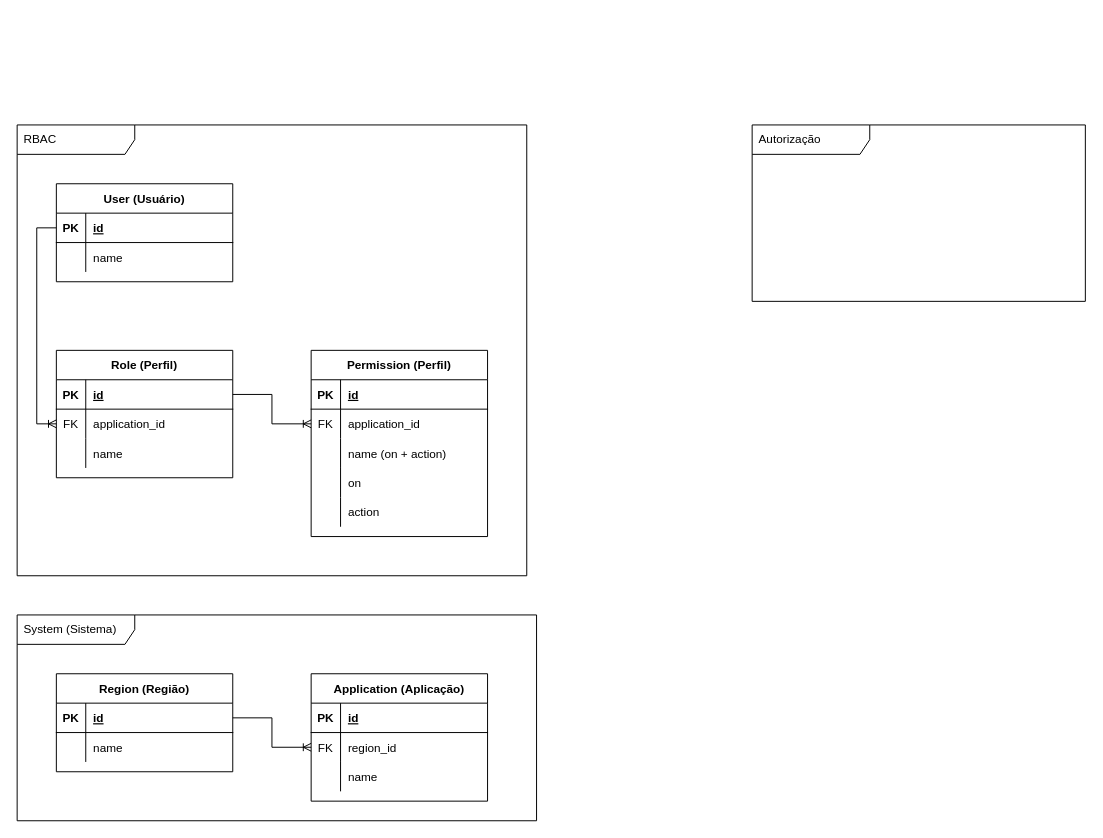
This is docs/diagramas/database.drawio from thalamusfiles/iam, a draw.io file, before an edit. Source tidied: cells renumbered, new cells numbered last; positions are measured from the earlier drawing's top-left corner, leaving out a move shared by most shapes. Both pictures are drawn from the tidied source at 98%, with x=0, y=0 at pixel (17, 124).
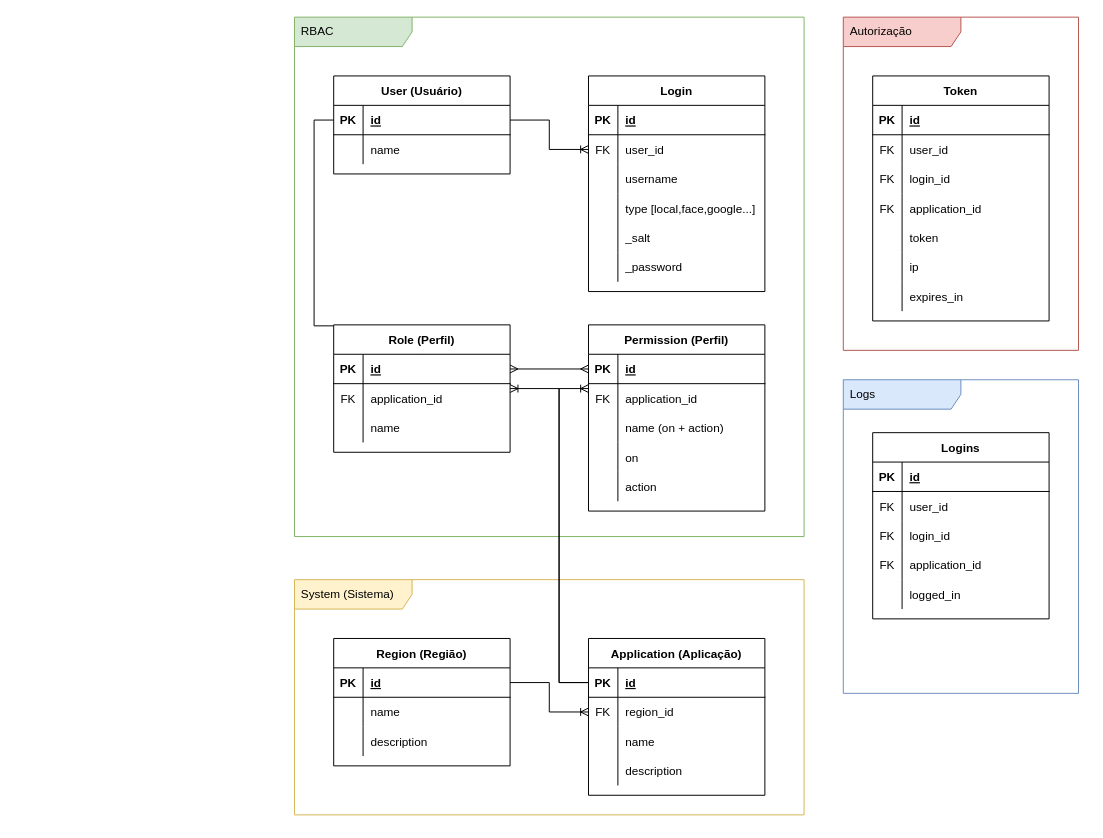
After the change.

Commit message (it also covers changes not shown here):
diagrama do banco

The change refers to these unchanged cells:
```xml
<mxCell id="6" style="shape=tableRow;horizontal=0;startSize=0;swimlaneHead=0;swimlaneBody=0;fillColor=none;points=[[0,0.5],[1,0.5]];portConstraint=eastwest;top=0;left=0;right=0;bottom=1;" parent="5" vertex="1">
  <mxGeometry y="30" width="180" height="30" as="geometry" />
</mxCell>
<mxCell id="13" style="shape=tableRow;horizontal=0;startSize=0;swimlaneHead=0;swimlaneBody=0;fillColor=none;points=[[0,0.5],[1,0.5]];portConstraint=eastwest;top=0;left=0;right=0;bottom=1;" parent="12" vertex="1">
  <mxGeometry y="30" width="180" height="30" as="geometry" />
</mxCell>
<mxCell id="16" style="shape=tableRow;horizontal=0;startSize=0;swimlaneHead=0;swimlaneBody=0;fillColor=none;points=[[0,0.5],[1,0.5]];portConstraint=eastwest;top=0;left=0;right=0;bottom=0;" parent="12" vertex="1">
  <mxGeometry y="60" width="180" height="30" as="geometry" />
</mxCell>
<mxCell id="24" style="shape=tableRow;horizontal=0;startSize=0;swimlaneHead=0;swimlaneBody=0;fillColor=none;points=[[0,0.5],[1,0.5]];portConstraint=eastwest;top=0;left=0;right=0;bottom=1;" parent="23" vertex="1">
  <mxGeometry y="30" width="180" height="30" as="geometry" />
</mxCell>
<mxCell id="27" style="shape=tableRow;horizontal=0;startSize=0;swimlaneHead=0;swimlaneBody=0;fillColor=none;points=[[0,0.5],[1,0.5]];portConstraint=eastwest;top=0;left=0;right=0;bottom=0;" parent="23" vertex="1">
  <mxGeometry y="60" width="180" height="30" as="geometry" />
</mxCell>
<mxCell id="48" style="shape=tableRow;horizontal=0;startSize=0;swimlaneHead=0;swimlaneBody=0;fillColor=none;points=[[0,0.5],[1,0.5]];portConstraint=eastwest;top=0;left=0;right=0;bottom=1;" parent="47" vertex="1">
  <mxGeometry y="30" width="180" height="30" as="geometry" />
</mxCell>
```

The edit, as a diff of the source:
```diff
@@
-    <mxCell id="2" value="RBAC" style="shape=umlFrame;whiteSpace=wrap;html=1;width=120;height=30;boundedLbl=1;verticalAlign=middle;align=left;spacingLeft=5;" parent="1" vertex="1">
-      <mxGeometry width="520" height="460" as="geometry" />
+    <mxCell id="2" value="RBAC" style="shape=umlFrame;whiteSpace=wrap;html=1;width=120;height=30;boundedLbl=1;verticalAlign=middle;align=left;spacingLeft=5;fillColor=#d5e8d4;strokeColor=#82b366;swimlaneFillColor=default;" parent="1" vertex="1">
+      <mxGeometry x="283" y="-110" width="520" height="530" as="geometry" />
     </mxCell>
-    <mxCell id="3" value="Autorização" style="shape=umlFrame;whiteSpace=wrap;html=1;width=120;height=30;boundedLbl=1;verticalAlign=middle;align=left;spacingLeft=5;" parent="1" vertex="1">
-      <mxGeometry x="750" width="340" height="180" as="geometry" />
+    <mxCell id="3" value="Autorização" style="shape=umlFrame;whiteSpace=wrap;html=1;width=120;height=30;boundedLbl=1;verticalAlign=middle;align=left;spacingLeft=5;fillColor=#f8cecc;strokeColor=#b85450;swimlaneFillColor=default;" parent="1" vertex="1">
+      <mxGeometry x="843" y="-110" width="240" height="340" as="geometry" />
     </mxCell>
-    <mxCell id="4" style="edgeStyle=orthogonalEdgeStyle;rounded=0;jettySize=auto;html=1;endArrow=ERoneToMany;endFill=0;" parent="1" edge="1" source="6" target="16">
+    <mxCell id="4" style="edgeStyle=orthogonalEdgeStyle;rounded=0;jettySize=auto;html=1;endArrow=ERoneToMany;endFill=0;" parent="1" edge="1" source="6" target="13">
       <mxGeometry relative="1" as="geometry">
         <Array as="points">
-          <mxPoint x="20" y="105" />
-          <mxPoint x="20" y="305" />
+          <mxPoint x="303" y="-5" />
+          <mxPoint x="303" y="205" />
         </Array>
       </mxGeometry>
     </mxCell>
     <mxCell id="5" value="User (Usuário)" style="shape=table;startSize=30;childLayout=tableLayout;rowLines=0;fontStyle=1;align=center;" parent="1" vertex="1">
-      <mxGeometry x="40" y="60" width="180" height="100" as="geometry" />
+      <mxGeometry x="323" y="-50" width="180" height="100" as="geometry" />
     </mxCell>
@@
     <mxCell id="12" value="Role (Perfil)" style="shape=table;startSize=30;childLayout=tableLayout;rowLines=0;fontStyle=1;align=center;" parent="1" vertex="1">
-      <mxGeometry x="40" y="230" width="180" height="130" as="geometry" />
+      <mxGeometry x="323" y="204" width="180" height="130" as="geometry" />
     </mxCell>
@@
-    <mxCell id="22" value="System (Sistema)" style="shape=umlFrame;whiteSpace=wrap;html=1;width=120;height=30;boundedLbl=1;verticalAlign=middle;align=left;spacingLeft=5;" parent="1" vertex="1">
-      <mxGeometry y="500" width="530" height="210" as="geometry" />
+    <mxCell id="22" value="System (Sistema)" style="shape=umlFrame;whiteSpace=wrap;html=1;width=120;height=30;boundedLbl=1;verticalAlign=middle;align=left;spacingLeft=5;fillColor=#fff2cc;strokeColor=#d6b656;swimlaneFillColor=default;" parent="1" vertex="1">
+      <mxGeometry x="283" y="464" width="520" height="240" as="geometry" />
     </mxCell>
     <mxCell id="23" value="Permission (Perfil)" style="shape=table;startSize=30;childLayout=tableLayout;rowLines=0;fontStyle=1;align=center;" parent="1" vertex="1">
-      <mxGeometry x="300" y="230" width="180" height="190" as="geometry" />
+      <mxGeometry x="583" y="204" width="180" height="190" as="geometry" />
     </mxCell>
@@
-    <mxCell id="39" style="edgeStyle=orthogonalEdgeStyle;rounded=0;jettySize=auto;html=1;endArrow=ERoneToMany;endFill=0;" parent="1" edge="1" source="13" target="27">
+    <mxCell id="39" style="edgeStyle=orthogonalEdgeStyle;rounded=0;jettySize=auto;html=1;endArrow=ERmany;endFill=0;startArrow=ERmany;startFill=0;" parent="1" edge="1" source="13" target="24">
       <mxGeometry relative="1" as="geometry" />
     </mxCell>
     <mxCell id="40" value="Region (Região)" style="shape=table;startSize=30;childLayout=tableLayout;rowLines=0;fontStyle=1;align=center;" parent="1" vertex="1">
-      <mxGeometry x="40" y="560" width="180" height="100" as="geometry" />
+      <mxGeometry x="323" y="524" width="180" height="130" as="geometry" />
     </mxCell>
@@
+    <mxCell id="58" style="shape=tableRow;horizontal=0;startSize=0;swimlaneHead=0;swimlaneBody=0;fillColor=none;top=0;left=0;right=0;bottom=0;" parent="40" vertex="1">
+      <mxGeometry y="90" width="180" height="30" as="geometry" />
+    </mxCell>
+    <mxCell id="59" style="shape=partialRectangle;fillColor=none;top=0;left=0;bottom=0;right=0;overflow=hidden;" parent="58" vertex="1">
+      <mxGeometry width="30" height="30" as="geometry" />
+    </mxCell>
+    <mxCell id="60" value="description" style="shape=partialRectangle;fillColor=none;top=0;left=0;bottom=0;right=0;align=left;spacingLeft=6;overflow=hidden;" parent="58" vertex="1">
+      <mxGeometry x="30" width="150" height="30" as="geometry" />
+    </mxCell>
     <mxCell id="47" value="Application (Aplicação)" style="shape=table;startSize=30;childLayout=tableLayout;rowLines=0;fontStyle=1;align=center;" parent="1" vertex="1">
-      <mxGeometry x="300" y="560" width="180" height="130" as="geometry" />
+      <mxGeometry x="583" y="524" width="180" height="160" as="geometry" />
     </mxCell>
@@
+    <mxCell id="61" style="shape=tableRow;horizontal=0;startSize=0;swimlaneHead=0;swimlaneBody=0;fillColor=none;top=0;left=0;right=0;bottom=0;" parent="47" vertex="1">
+      <mxGeometry y="120" width="180" height="30" as="geometry" />
+    </mxCell>
+    <mxCell id="62" style="shape=partialRectangle;fillColor=none;top=0;left=0;bottom=0;right=0;overflow=hidden;" parent="61" vertex="1">
+      <mxGeometry width="30" height="30" as="geometry" />
+    </mxCell>
+    <mxCell id="63" value="description" style="shape=partialRectangle;fillColor=none;top=0;left=0;bottom=0;right=0;align=left;spacingLeft=6;overflow=hidden;" parent="61" vertex="1">
+      <mxGeometry x="30" width="150" height="30" as="geometry" />
+    </mxCell>
@@
+    <mxCell id="64" style="edgeStyle=orthogonalEdgeStyle;rounded=0;jettySize=auto;html=1;endArrow=ERoneToMany;endFill=0;" parent="1" edge="1" source="48" target="27">
+      <mxGeometry relative="1" as="geometry">
+        <Array as="points">
+          <mxPoint x="553" y="569" />
+          <mxPoint x="553" y="269" />
+        </Array>
+      </mxGeometry>
+    </mxCell>
+    <mxCell id="65" style="edgeStyle=orthogonalEdgeStyle;rounded=0;jettySize=auto;html=1;endArrow=ERoneToMany;endFill=0;" parent="1" edge="1" source="48" target="16">
+      <mxGeometry relative="1" as="geometry">
+        <Array as="points">
+          <mxPoint x="553" y="569" />
+          <mxPoint x="553" y="269" />
+        </Array>
+      </mxGeometry>
+    </mxCell>
+    <mxCell id="66" value="Login" style="shape=table;startSize=30;childLayout=tableLayout;rowLines=0;fontStyle=1;align=center;" parent="1" vertex="1">
+      <mxGeometry x="583" y="-50" width="180" height="220" as="geometry" />
+    </mxCell>
+    <mxCell id="67" style="shape=tableRow;horizontal=0;startSize=0;swimlaneHead=0;swimlaneBody=0;fillColor=none;top=0;left=0;right=0;bottom=1;" parent="66" vertex="1">
+      <mxGeometry y="30" width="180" height="30" as="geometry" />
+    </mxCell>
+    <mxCell id="68" value="PK" style="shape=partialRectangle;fillColor=none;top=0;left=0;bottom=0;right=0;fontStyle=1;overflow=hidden;" parent="67" vertex="1">
+      <mxGeometry width="30" height="30" as="geometry" />
+    </mxCell>
+    <mxCell id="69" value="id" style="shape=partialRectangle;fillColor=none;top=0;left=0;bottom=0;right=0;align=left;spacingLeft=6;fontStyle=5;overflow=hidden;" parent="67" vertex="1">
+      <mxGeometry x="30" width="150" height="30" as="geometry" />
+    </mxCell>
+    <mxCell id="70" style="shape=tableRow;horizontal=0;startSize=0;swimlaneHead=0;swimlaneBody=0;fillColor=none;points=[[0,0.5],[1,0.5]];portConstraint=eastwest;top=0;left=0;right=0;bottom=0;" parent="66" vertex="1">
+      <mxGeometry y="60" width="180" height="30" as="geometry" />
+    </mxCell>
+    <mxCell id="71" value="FK" style="shape=partialRectangle;fillColor=none;top=0;left=0;bottom=0;right=0;fontStyle=0;overflow=hidden;" parent="70" vertex="1">
+      <mxGeometry width="30" height="30" as="geometry" />
+    </mxCell>
+    <mxCell id="72" value="user_id" style="shape=partialRectangle;fillColor=none;top=0;left=0;bottom=0;right=0;align=left;spacingLeft=6;fontStyle=0;overflow=hidden;" parent="70" vertex="1">
+      <mxGeometry x="30" width="150" height="30" as="geometry" />
+    </mxCell>
+    <mxCell id="73" style="shape=tableRow;horizontal=0;startSize=0;swimlaneHead=0;swimlaneBody=0;fillColor=none;top=0;left=0;right=0;bottom=0;" parent="66" vertex="1">
+      <mxGeometry y="90" width="180" height="30" as="geometry" />
+    </mxCell>
+    <mxCell id="74" style="shape=partialRectangle;fillColor=none;top=0;left=0;bottom=0;right=0;overflow=hidden;" parent="73" vertex="1">
+      <mxGeometry width="30" height="30" as="geometry" />
+    </mxCell>
+    <mxCell id="75" value="username" style="shape=partialRectangle;fillColor=none;top=0;left=0;bottom=0;right=0;align=left;spacingLeft=6;overflow=hidden;" parent="73" vertex="1">
+      <mxGeometry x="30" width="150" height="30" as="geometry" />
+    </mxCell>
+    <mxCell id="76" style="shape=tableRow;horizontal=0;startSize=0;swimlaneHead=0;swimlaneBody=0;fillColor=none;top=0;left=0;right=0;bottom=0;" parent="66" vertex="1">
+      <mxGeometry y="120" width="180" height="30" as="geometry" />
+    </mxCell>
+    <mxCell id="77" style="shape=partialRectangle;fillColor=none;top=0;left=0;bottom=0;right=0;overflow=hidden;" parent="76" vertex="1">
+      <mxGeometry width="30" height="30" as="geometry" />
+    </mxCell>
+    <mxCell id="78" value="type [local,face,google...]" style="shape=partialRectangle;fillColor=none;top=0;left=0;bottom=0;right=0;align=left;spacingLeft=6;overflow=hidden;" parent="76" vertex="1">
+      <mxGeometry x="30" width="150" height="30" as="geometry" />
+    </mxCell>
+    <mxCell id="79" style="shape=tableRow;horizontal=0;startSize=0;swimlaneHead=0;swimlaneBody=0;fillColor=none;top=0;left=0;right=0;bottom=0;" parent="66" vertex="1">
+      <mxGeometry y="150" width="180" height="30" as="geometry" />
+    </mxCell>
+    <mxCell id="80" style="shape=partialRectangle;fillColor=none;top=0;left=0;bottom=0;right=0;overflow=hidden;" parent="79" vertex="1">
+      <mxGeometry width="30" height="30" as="geometry" />
+    </mxCell>
+    <mxCell id="81" value="_salt" style="shape=partialRectangle;fillColor=none;top=0;left=0;bottom=0;right=0;align=left;spacingLeft=6;overflow=hidden;" parent="79" vertex="1">
+      <mxGeometry x="30" width="150" height="30" as="geometry" />
+    </mxCell>
+    <mxCell id="82" style="shape=tableRow;horizontal=0;startSize=0;swimlaneHead=0;swimlaneBody=0;fillColor=none;top=0;left=0;right=0;bottom=0;" parent="66" vertex="1">
+      <mxGeometry y="180" width="180" height="30" as="geometry" />
+    </mxCell>
+    <mxCell id="83" style="shape=partialRectangle;fillColor=none;top=0;left=0;bottom=0;right=0;overflow=hidden;" parent="82" vertex="1">
+      <mxGeometry width="30" height="30" as="geometry" />
+    </mxCell>
+    <mxCell id="84" value="_password" style="shape=partialRectangle;fillColor=none;top=0;left=0;bottom=0;right=0;align=left;spacingLeft=6;overflow=hidden;" parent="82" vertex="1">
+      <mxGeometry x="30" width="150" height="30" as="geometry" />
+    </mxCell>
+    <mxCell id="85" style="edgeStyle=orthogonalEdgeStyle;rounded=0;jettySize=auto;html=1;endArrow=ERoneToMany;endFill=0;" parent="1" edge="1" source="6" target="70">
+      <mxGeometry relative="1" as="geometry">
+        <Array as="points">
+          <mxPoint x="543" y="-5" />
+          <mxPoint x="543" y="25" />
+        </Array>
+      </mxGeometry>
+    </mxCell>
+    <mxCell id="86" value="Token" style="shape=table;startSize=30;childLayout=tableLayout;rowLines=0;fontStyle=1;align=center;" parent="1" vertex="1">
+      <mxGeometry x="873" y="-50" width="180" height="250" as="geometry" />
+    </mxCell>
+    <mxCell id="87" style="shape=tableRow;horizontal=0;startSize=0;swimlaneHead=0;swimlaneBody=0;fillColor=none;top=0;left=0;right=0;bottom=1;" parent="86" vertex="1">
+      <mxGeometry y="30" width="180" height="30" as="geometry" />
+    </mxCell>
+    <mxCell id="88" value="PK" style="shape=partialRectangle;fillColor=none;top=0;left=0;bottom=0;right=0;fontStyle=1;overflow=hidden;" parent="87" vertex="1">
+      <mxGeometry width="30" height="30" as="geometry" />
+    </mxCell>
+    <mxCell id="89" value="id" style="shape=partialRectangle;fillColor=none;top=0;left=0;bottom=0;right=0;align=left;spacingLeft=6;fontStyle=5;overflow=hidden;" parent="87" vertex="1">
+      <mxGeometry x="30" width="150" height="30" as="geometry" />
+    </mxCell>
+    <mxCell id="90" style="shape=tableRow;horizontal=0;startSize=0;swimlaneHead=0;swimlaneBody=0;fillColor=none;top=0;left=0;right=0;bottom=0;" parent="86" vertex="1">
+      <mxGeometry y="60" width="180" height="30" as="geometry" />
+    </mxCell>
+    <mxCell id="91" value="FK" style="shape=partialRectangle;fillColor=none;top=0;left=0;bottom=0;right=0;fontStyle=0;overflow=hidden;" parent="90" vertex="1">
+      <mxGeometry width="30" height="30" as="geometry" />
+    </mxCell>
+    <mxCell id="92" value="user_id" style="shape=partialRectangle;fillColor=none;top=0;left=0;bottom=0;right=0;align=left;spacingLeft=6;fontStyle=0;overflow=hidden;" parent="90" vertex="1">
+      <mxGeometry x="30" width="150" height="30" as="geometry" />
+    </mxCell>
+    <mxCell id="93" style="shape=tableRow;horizontal=0;startSize=0;swimlaneHead=0;swimlaneBody=0;fillColor=none;top=0;left=0;right=0;bottom=0;" parent="86" vertex="1">
+      <mxGeometry y="90" width="180" height="30" as="geometry" />
+    </mxCell>
+    <mxCell id="94" value="FK" style="shape=partialRectangle;fillColor=none;top=0;left=0;bottom=0;right=0;fontStyle=0;overflow=hidden;" parent="93" vertex="1">
+      <mxGeometry width="30" height="30" as="geometry" />
+    </mxCell>
+    <mxCell id="95" value="login_id" style="shape=partialRectangle;fillColor=none;top=0;left=0;bottom=0;right=0;align=left;spacingLeft=6;fontStyle=0;overflow=hidden;" parent="93" vertex="1">
+      <mxGeometry x="30" width="150" height="30" as="geometry" />
+    </mxCell>
+    <mxCell id="96" style="shape=tableRow;horizontal=0;startSize=0;swimlaneHead=0;swimlaneBody=0;fillColor=none;top=0;left=0;right=0;bottom=0;" parent="86" vertex="1">
+      <mxGeometry y="120" width="180" height="30" as="geometry" />
+    </mxCell>
+    <mxCell id="97" value="FK" style="shape=partialRectangle;fillColor=none;top=0;left=0;bottom=0;right=0;fontStyle=0;overflow=hidden;" parent="96" vertex="1">
+      <mxGeometry width="30" height="30" as="geometry" />
+    </mxCell>
+    <mxCell id="98" value="application_id" style="shape=partialRectangle;fillColor=none;top=0;left=0;bottom=0;right=0;align=left;spacingLeft=6;fontStyle=0;overflow=hidden;" parent="96" vertex="1">
+      <mxGeometry x="30" width="150" height="30" as="geometry" />
+    </mxCell>
+    <mxCell id="99" style="shape=tableRow;horizontal=0;startSize=0;swimlaneHead=0;swimlaneBody=0;fillColor=none;top=0;left=0;right=0;bottom=0;" parent="86" vertex="1">
+      <mxGeometry y="150" width="180" height="30" as="geometry" />
+    </mxCell>
+    <mxCell id="100" style="shape=partialRectangle;fillColor=none;top=0;left=0;bottom=0;right=0;overflow=hidden;" parent="99" vertex="1">
+      <mxGeometry width="30" height="30" as="geometry" />
+    </mxCell>
+    <mxCell id="101" value="token" style="shape=partialRectangle;fillColor=none;top=0;left=0;bottom=0;right=0;align=left;spacingLeft=6;overflow=hidden;" parent="99" vertex="1">
+      <mxGeometry x="30" width="150" height="30" as="geometry" />
+    </mxCell>
+    <mxCell id="102" style="shape=tableRow;horizontal=0;startSize=0;swimlaneHead=0;swimlaneBody=0;fillColor=none;top=0;left=0;right=0;bottom=0;" parent="86" vertex="1">
+      <mxGeometry y="180" width="180" height="30" as="geometry" />
+    </mxCell>
+    <mxCell id="103" style="shape=partialRectangle;fillColor=none;top=0;left=0;bottom=0;right=0;overflow=hidden;" parent="102" vertex="1">
+      <mxGeometry width="30" height="30" as="geometry" />
+    </mxCell>
+    <mxCell id="104" value="ip" style="shape=partialRectangle;fillColor=none;top=0;left=0;bottom=0;right=0;align=left;spacingLeft=6;overflow=hidden;" parent="102" vertex="1">
+      <mxGeometry x="30" width="150" height="30" as="geometry" />
+    </mxCell>
+    <mxCell id="105" style="shape=tableRow;horizontal=0;startSize=0;swimlaneHead=0;swimlaneBody=0;fillColor=none;top=0;left=0;right=0;bottom=0;" parent="86" vertex="1">
+      <mxGeometry y="210" width="180" height="30" as="geometry" />
+    </mxCell>
+    <mxCell id="106" style="shape=partialRectangle;fillColor=none;top=0;left=0;bottom=0;right=0;overflow=hidden;" parent="105" vertex="1">
+      <mxGeometry width="30" height="30" as="geometry" />
+    </mxCell>
+    <mxCell id="107" value="expires_in" style="shape=partialRectangle;fillColor=none;top=0;left=0;bottom=0;right=0;align=left;spacingLeft=6;overflow=hidden;" parent="105" vertex="1">
+      <mxGeometry x="30" width="150" height="30" as="geometry" />
+    </mxCell>
+    <mxCell id="108" value="Logs" style="shape=umlFrame;whiteSpace=wrap;html=1;width=120;height=30;boundedLbl=1;verticalAlign=middle;align=left;spacingLeft=5;fillColor=#dae8fc;strokeColor=#6c8ebf;swimlaneFillColor=default;" parent="1" vertex="1">
+      <mxGeometry x="843" y="260" width="240" height="320" as="geometry" />
+    </mxCell>
+    <mxCell id="109" value="Logins" style="shape=table;startSize=30;childLayout=tableLayout;rowLines=0;fontStyle=1;align=center;" parent="1" vertex="1">
+      <mxGeometry x="873" y="314" width="180" height="190" as="geometry" />
+    </mxCell>
+    <mxCell id="110" style="shape=tableRow;horizontal=0;startSize=0;swimlaneHead=0;swimlaneBody=0;fillColor=none;top=0;left=0;right=0;bottom=1;" parent="109" vertex="1">
+      <mxGeometry y="30" width="180" height="30" as="geometry" />
+    </mxCell>
+    <mxCell id="111" value="PK" style="shape=partialRectangle;fillColor=none;top=0;left=0;bottom=0;right=0;fontStyle=1;overflow=hidden;" parent="110" vertex="1">
+      <mxGeometry width="30" height="30" as="geometry" />
+    </mxCell>
+    <mxCell id="112" value="id" style="shape=partialRectangle;fillColor=none;top=0;left=0;bottom=0;right=0;align=left;spacingLeft=6;fontStyle=5;overflow=hidden;" parent="110" vertex="1">
+      <mxGeometry x="30" width="150" height="30" as="geometry" />
+    </mxCell>
+    <mxCell id="113" style="shape=tableRow;horizontal=0;startSize=0;swimlaneHead=0;swimlaneBody=0;fillColor=none;top=0;left=0;right=0;bottom=0;" parent="109" vertex="1">
+      <mxGeometry y="60" width="180" height="30" as="geometry" />
+    </mxCell>
+    <mxCell id="114" value="FK" style="shape=partialRectangle;fillColor=none;top=0;left=0;bottom=0;right=0;fontStyle=0;overflow=hidden;" parent="113" vertex="1">
+      <mxGeometry width="30" height="30" as="geometry" />
+    </mxCell>
+    <mxCell id="115" value="user_id" style="shape=partialRectangle;fillColor=none;top=0;left=0;bottom=0;right=0;align=left;spacingLeft=6;fontStyle=0;overflow=hidden;" parent="113" vertex="1">
+      <mxGeometry x="30" width="150" height="30" as="geometry" />
+    </mxCell>
+    <mxCell id="116" style="shape=tableRow;horizontal=0;startSize=0;swimlaneHead=0;swimlaneBody=0;fillColor=none;top=0;left=0;right=0;bottom=0;" parent="109" vertex="1">
+      <mxGeometry y="90" width="180" height="30" as="geometry" />
+    </mxCell>
+    <mxCell id="117" value="FK" style="shape=partialRectangle;fillColor=none;top=0;left=0;bottom=0;right=0;fontStyle=0;overflow=hidden;" parent="116" vertex="1">
+      <mxGeometry width="30" height="30" as="geometry" />
+    </mxCell>
+    <mxCell id="118" value="login_id" style="shape=partialRectangle;fillColor=none;top=0;left=0;bottom=0;right=0;align=left;spacingLeft=6;fontStyle=0;overflow=hidden;" parent="116" vertex="1">
+      <mxGeometry x="30" width="150" height="30" as="geometry" />
+    </mxCell>
+    <mxCell id="119" style="shape=tableRow;horizontal=0;startSize=0;swimlaneHead=0;swimlaneBody=0;fillColor=none;top=0;left=0;right=0;bottom=0;" parent="109" vertex="1">
+      <mxGeometry y="120" width="180" height="30" as="geometry" />
+    </mxCell>
+    <mxCell id="120" value="FK" style="shape=partialRectangle;fillColor=none;top=0;left=0;bottom=0;right=0;fontStyle=0;overflow=hidden;" parent="119" vertex="1">
+      <mxGeometry width="30" height="30" as="geometry" />
+    </mxCell>
+    <mxCell id="121" value="application_id" style="shape=partialRectangle;fillColor=none;top=0;left=0;bottom=0;right=0;align=left;spacingLeft=6;fontStyle=0;overflow=hidden;" parent="119" vertex="1">
+      <mxGeometry x="30" width="150" height="30" as="geometry" />
+    </mxCell>
+    <mxCell id="122" style="shape=tableRow;horizontal=0;startSize=0;swimlaneHead=0;swimlaneBody=0;fillColor=none;top=0;left=0;right=0;bottom=0;" parent="109" vertex="1">
+      <mxGeometry y="150" width="180" height="30" as="geometry" />
+    </mxCell>
+    <mxCell id="123" style="shape=partialRectangle;fillColor=none;top=0;left=0;bottom=0;right=0;overflow=hidden;" parent="122" vertex="1">
+      <mxGeometry width="30" height="30" as="geometry" />
+    </mxCell>
+    <mxCell id="124" value="logged_in" style="shape=partialRectangle;fillColor=none;top=0;left=0;bottom=0;right=0;align=left;spacingLeft=6;overflow=hidden;" parent="122" vertex="1">
+      <mxGeometry x="30" width="150" height="30" as="geometry" />
+    </mxCell>
```
